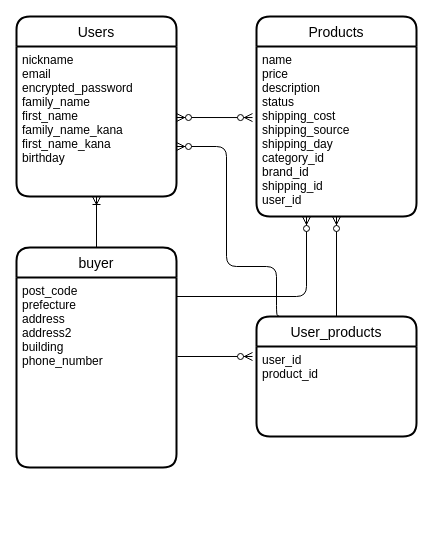
Above: furima.dio in koume-gdg/furima-33451 (draw.io), before the change. Source tidied: cells renumbered, new cells numbered last; positions are measured from the earlier drawing's top-left corner, leaving out a move shared by most shapes. Both pictures are drawn from the tidied source at 100%, with x=0, y=0 at pixel (16, 16).
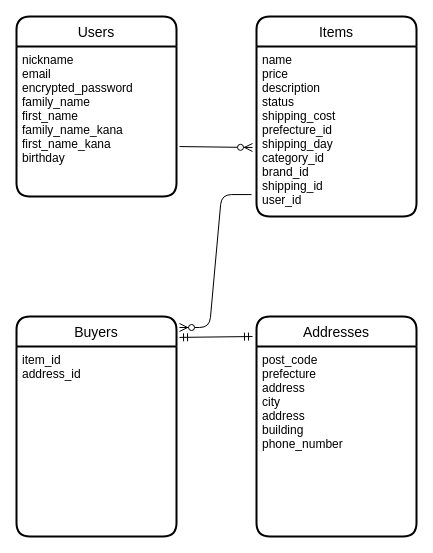
The same diagram, later.

Commit message (it also covers changes not shown here):
データベース設計3

中間テーブル修正
テーブル名変更
アソシエーション変更

Unchanged cells that the change refers to:
```xml
<mxCell id="3" value="nickname&#10;email&#10;encrypted_password&#10;family_name&#10;first_name&#10;family_name_kana&#10;first_name_kana&#10;birthday" style="align=left;strokeColor=none;fillColor=none;spacingLeft=4;fontSize=12;verticalAlign=top;" parent="2" vertex="1">
  <mxGeometry y="30" width="160" height="150" as="geometry" />
</mxCell>
```

The edit, as a diff of the source:
```diff
@@
-    <mxCell id="4" value="Products" style="swimlane;horizontal=1;startSize=30;rounded=1;fontSize=14;fontStyle=0;strokeWidth=2;shadow=0;dashed=0;align=center;" parent="1" vertex="1">
+    <mxCell id="4" value="Items" style="swimlane;horizontal=1;startSize=30;rounded=1;fontSize=14;fontStyle=0;strokeWidth=2;shadow=0;dashed=0;align=center;" parent="1" vertex="1">
       <mxGeometry x="240" width="160" height="200" as="geometry" />
     </mxCell>
-    <mxCell id="5" value="name&#10;price&#10;description&#10;status&#10;shipping_cost&#10;shipping_source&#10;shipping_day&#10;category_id&#10;brand_id&#10;shipping_id&#10;user_id" style="align=left;strokeColor=none;fillColor=none;spacingLeft=4;fontSize=12;verticalAlign=top;" parent="4" vertex="1">
+    <mxCell id="5" value="name&#10;price&#10;description&#10;status&#10;shipping_cost&#10;prefecture_id&#10;shipping_day&#10;category_id&#10;brand_id&#10;shipping_id&#10;user_id" style="align=left;strokeColor=none;fillColor=none;spacingLeft=4;fontSize=12;verticalAlign=top;" parent="4" vertex="1">
       <mxGeometry y="30" width="160" height="170" as="geometry" />
     </mxCell>
-    <mxCell id="6" value="buyer" style="swimlane;horizontal=1;startSize=30;rounded=1;fontSize=14;fontStyle=0;strokeWidth=2;shadow=0;dashed=0;align=center;" parent="1" vertex="1">
-      <mxGeometry y="231" width="160" height="220" as="geometry" />
+    <mxCell id="6" value="Buyers" style="swimlane;horizontal=1;startSize=30;rounded=1;fontSize=14;fontStyle=0;strokeWidth=2;shadow=0;dashed=0;align=center;" parent="1" vertex="1">
+      <mxGeometry y="300" width="160" height="220" as="geometry" />
     </mxCell>
-    <mxCell id="7" value="post_code&#10;prefecture&#10;address&#10;address2&#10;building&#10;phone_number" style="align=left;strokeColor=none;fillColor=none;spacingLeft=4;fontSize=12;verticalAlign=top;" parent="6" vertex="1">
+    <mxCell id="7" value="item_id&#10;address_id" style="align=left;strokeColor=none;fillColor=none;spacingLeft=4;fontSize=12;verticalAlign=top;" parent="6" vertex="1">
       <mxGeometry y="30" width="160" height="190" as="geometry" />
     </mxCell>
@@
-    <mxCell id="9" style="edgeStyle=orthogonalEdgeStyle;fontSize=12;html=1;endArrow=ERzeroToMany;endFill=1;exitX=1;exitY=0.1;exitDx=0;exitDy=0;exitPerimeter=0;" parent="1" edge="1" source="7">
-      <mxGeometry relative="1" as="geometry">
-        <mxPoint x="290" y="200" as="targetPoint" />
-        <Array as="points">
-          <mxPoint x="290" y="280" />
-          <mxPoint x="290" y="200" />
-        </Array>
-      </mxGeometry>
-    </mxCell>
-    <mxCell id="10" style="fontSize=12;html=1;endArrow=ERoneToMany;entryX=0.5;entryY=1;entryDx=0;entryDy=0;exitX=0.5;exitY=0;exitDx=0;exitDy=0;" parent="1" edge="1" source="6" target="3">
-      <mxGeometry relative="1" as="geometry" />
-    </mxCell>
-    <mxCell id="11" style="fontSize=12;html=1;endArrow=ERzeroToMany;endFill=1;startArrow=ERzeroToMany;entryX=-0.025;entryY=0.418;entryDx=0;entryDy=0;entryPerimeter=0;" parent="1" edge="1" target="5">
-      <mxGeometry relative="1" as="geometry">
-        <mxPoint x="160" y="101" as="sourcePoint" />
-      </mxGeometry>
-    </mxCell>
-    <mxCell id="12" value="User_products" style="swimlane;horizontal=1;startSize=30;rounded=1;fontSize=14;fontStyle=0;strokeWidth=2;shadow=0;dashed=0;align=center;" parent="1" vertex="1">
-      <mxGeometry x="240" y="300" width="160" height="120" as="geometry" />
+    <mxCell id="12" value="Addresses" style="swimlane;horizontal=1;startSize=30;rounded=1;fontSize=14;fontStyle=0;strokeWidth=2;shadow=0;dashed=0;align=center;" parent="1" vertex="1">
+      <mxGeometry x="240" y="300" width="160" height="220" as="geometry" />
     </mxCell>
+    <mxCell id="17" style="edgeStyle=none;rounded=0;jettySize=auto;html=1;exitX=0.5;exitY=1;exitDx=0;exitDy=0;entryX=0.5;entryY=1;entryDx=0;entryDy=0;" parent="12" edge="1" source="13" target="12">
+      <mxGeometry relative="1" as="geometry" />
+    </mxCell>
-    <mxCell id="13" value="user_id&#10;product_id" style="align=left;strokeColor=none;fillColor=none;spacingLeft=4;fontSize=12;verticalAlign=top;" parent="12" vertex="1">
-      <mxGeometry y="30" width="160" height="90" as="geometry" />
+    <mxCell id="13" value="post_code&#10;prefecture&#10;address&#10;city&#10;address&#10;building&#10;phone_number&#10;" style="align=left;strokeColor=none;fillColor=none;spacingLeft=4;fontSize=12;verticalAlign=top;" parent="12" vertex="1">
+      <mxGeometry y="30" width="160" height="190" as="geometry" />
     </mxCell>
-    <mxCell id="14" style="edgeStyle=orthogonalEdgeStyle;fontSize=12;html=1;endArrow=ERzeroToMany;endFill=1;exitX=0.138;exitY=-0.008;exitDx=0;exitDy=0;exitPerimeter=0;" parent="1" edge="1" source="12">
-      <mxGeometry relative="1" as="geometry">
-        <mxPoint x="160" y="130" as="targetPoint" />
-        <Array as="points">
-          <mxPoint x="260" y="299" />
-          <mxPoint x="260" y="250" />
-          <mxPoint x="210" y="250" />
-          <mxPoint x="210" y="130" />
-        </Array>
-      </mxGeometry>
-    </mxCell>
-    <mxCell id="15" style="fontSize=12;html=1;endArrow=ERzeroToMany;endFill=1;entryX=0.5;entryY=1;entryDx=0;entryDy=0;exitX=0.5;exitY=0;exitDx=0;exitDy=0;" parent="1" edge="1" source="12" target="5">
-      <mxGeometry relative="1" as="geometry" />
-    </mxCell>
-    <mxCell id="16" style="fontSize=12;html=1;endArrow=ERzeroToMany;endFill=1;entryX=-0.025;entryY=0.111;entryDx=0;entryDy=0;entryPerimeter=0;" parent="1" edge="1" target="13">
-      <mxGeometry relative="1" as="geometry">
-        <mxPoint x="161" y="340" as="sourcePoint" />
-      </mxGeometry>
-    </mxCell>
+    <mxCell id="18" style="edgeStyle=none;rounded=0;orthogonalLoop=1;jettySize=auto;html=1;exitX=0.5;exitY=0;exitDx=0;exitDy=0;" parent="1" edge="1" source="6" target="6">
+      <mxGeometry relative="1" as="geometry" />
+    </mxCell>
+    <mxCell id="19" style="fontSize=12;html=1;endArrow=ERmandOne;startArrow=ERmandOne;exitX=1.019;exitY=0.095;exitDx=0;exitDy=0;exitPerimeter=0;entryX=-0.025;entryY=0.091;entryDx=0;entryDy=0;entryPerimeter=0;" parent="1" edge="1" source="6" target="12">
+      <mxGeometry relative="1" as="geometry" />
+    </mxCell>
+    <mxCell id="20" style="edgeStyle=entityRelationEdgeStyle;fontSize=12;html=1;endArrow=ERzeroToMany;endFill=1;entryX=1.019;entryY=0.05;entryDx=0;entryDy=0;entryPerimeter=0;exitX=-0.031;exitY=0.871;exitDx=0;exitDy=0;exitPerimeter=0;" parent="1" edge="1" source="5" target="6">
+      <mxGeometry relative="1" as="geometry" />
+    </mxCell>
+    <mxCell id="21" style="fontSize=12;html=1;endArrow=ERzeroToMany;endFill=1;exitX=1.019;exitY=0.667;exitDx=0;exitDy=0;exitPerimeter=0;entryX=-0.025;entryY=0.594;entryDx=0;entryDy=0;entryPerimeter=0;" parent="1" edge="1" source="3" target="5">
+      <mxGeometry relative="1" as="geometry" />
+    </mxCell>
```
